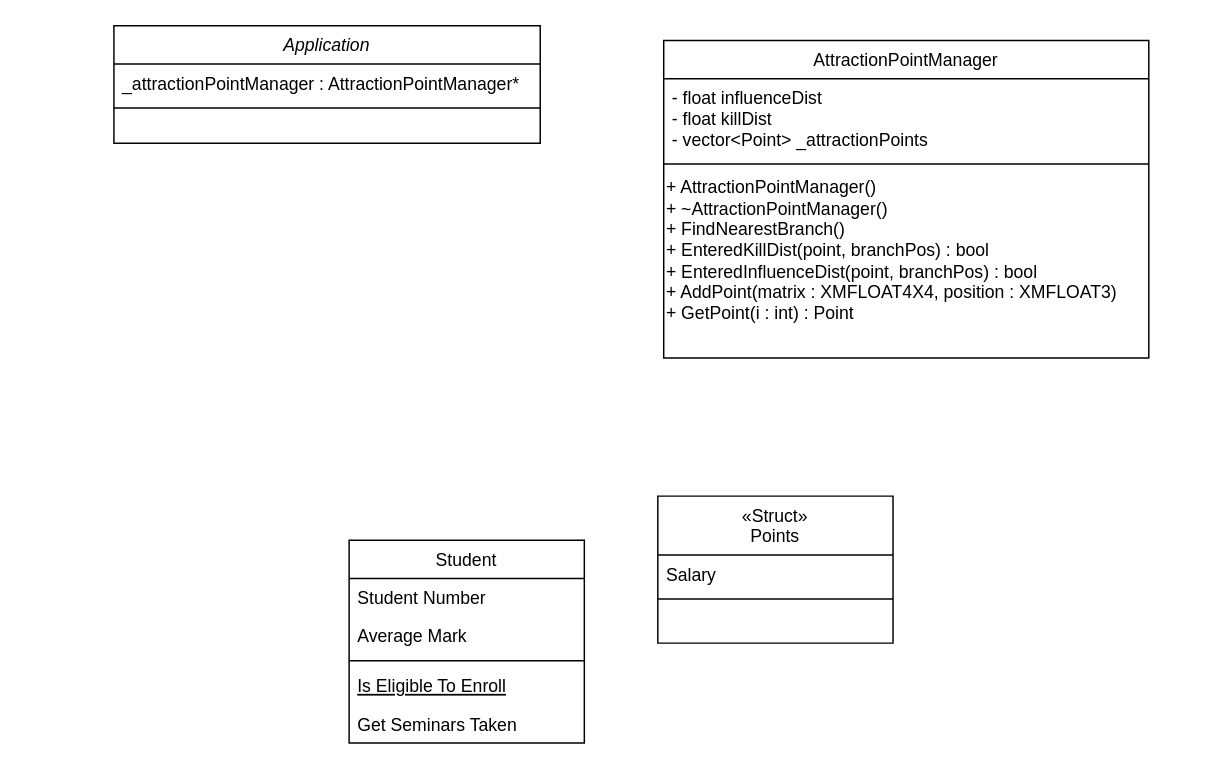
The draw.io diagram UML/UML.drawio in BonitaWoralert/unity-procedural-trees, before the edit. Source tidied: cells renumbered, new cells numbered last; positions are measured from the earlier drawing's top-left corner, leaving out a move shared by most shapes. Both pictures are drawn from the tidied source at 147%, with x=0, y=0 at pixel (113, 25).
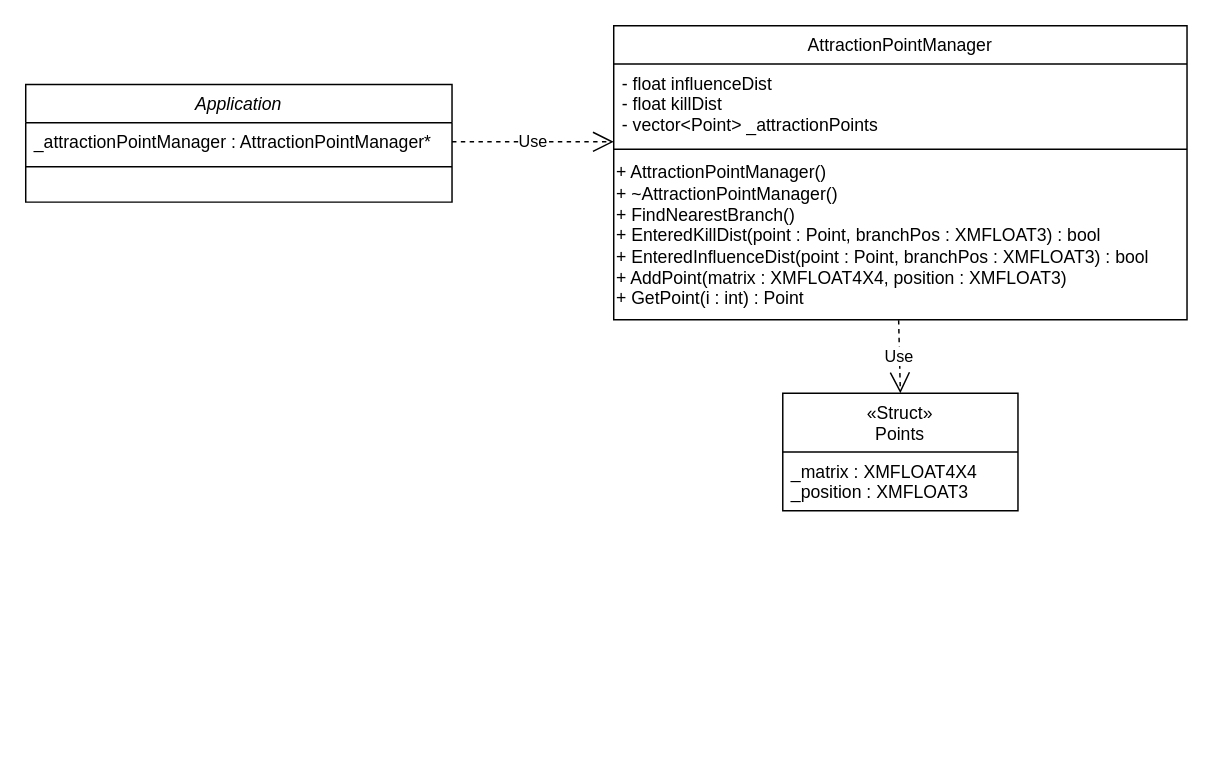
After the change.

Commit message:
added UML diagram

Change to the diagram source:
```diff
@@
 <mxGraphModel>
   <root>
     <mxCell id="0" />
     <mxCell id="1" parent="0" />
     <mxCell id="2" value="Application" style="swimlane;fontStyle=2;align=center;verticalAlign=top;horizontal=1;startSize=26;rounded=0;shadow=0;strokeWidth=1;" parent="1" vertex="1">
-      <mxGeometry width="290" height="80" as="geometry" />
+      <mxGeometry x="-60" y="40" width="290" height="80" as="geometry" />
     </mxCell>
     <mxCell id="3" value="_attractionPointManager : AttractionPointManager*" style="text;align=left;verticalAlign=top;spacingLeft=4;spacingRight=4;overflow=hidden;points=[[0,0.5],[1,0.5]];portConstraint=eastwest;" parent="2" vertex="1">
       <mxGeometry y="26" width="290" height="26" as="geometry" />
     </mxCell>
     <mxCell id="4" style="line;html=1;strokeWidth=1;align=left;verticalAlign=middle;spacingTop=-1;spacingLeft=3;spacingRight=3;labelPosition=right;" parent="2" vertex="1">
       <mxGeometry y="52" width="290" height="8" as="geometry" />
     </mxCell>
-    <mxCell id="5" value="Student" style="swimlane;fontStyle=0;align=center;verticalAlign=top;horizontal=1;startSize=26;rounded=0;shadow=0;strokeWidth=1;" parent="1" vertex="1">
-      <mxGeometry x="160" y="350" width="160" height="138" as="geometry" />
-    </mxCell>
-    <mxCell id="6" value="Student Number" style="text;align=left;verticalAlign=top;spacingLeft=4;spacingRight=4;overflow=hidden;" parent="5" vertex="1">
-      <mxGeometry y="26" width="160" height="26" as="geometry" />
-    </mxCell>
-    <mxCell id="7" value="Average Mark" style="text;align=left;verticalAlign=top;spacingLeft=4;spacingRight=4;overflow=hidden;rounded=0;shadow=0;html=0;" parent="5" vertex="1">
-      <mxGeometry y="52" width="160" height="26" as="geometry" />
-    </mxCell>
-    <mxCell id="8" style="line;html=1;strokeWidth=1;align=left;verticalAlign=middle;spacingTop=-1;spacingLeft=3;spacingRight=3;labelPosition=right;" parent="5" vertex="1">
-      <mxGeometry y="78" width="160" height="8" as="geometry" />
-    </mxCell>
-    <mxCell id="9" value="Is Eligible To Enroll" style="text;align=left;verticalAlign=top;spacingLeft=4;spacingRight=4;overflow=hidden;fontStyle=4;" parent="5" vertex="1">
-      <mxGeometry y="86" width="160" height="26" as="geometry" />
-    </mxCell>
-    <mxCell id="10" value="Get Seminars Taken" style="text;align=left;verticalAlign=top;spacingLeft=4;spacingRight=4;overflow=hidden;" parent="5" vertex="1">
-      <mxGeometry y="112" width="160" height="26" as="geometry" />
-    </mxCell>
     <mxCell id="11" value="«Struct»&#10;Points" style="swimlane;fontStyle=0;align=center;verticalAlign=top;horizontal=1;startSize=40;rounded=0;shadow=0;strokeWidth=1;" parent="1" vertex="1">
-      <mxGeometry x="370" y="320" width="160" height="100" as="geometry" />
+      <mxGeometry x="455" y="250" width="160" height="80" as="geometry" />
     </mxCell>
-    <mxCell id="12" value="Salary" style="text;align=left;verticalAlign=top;spacingLeft=4;spacingRight=4;overflow=hidden;" parent="11" vertex="1">
-      <mxGeometry y="40" width="160" height="26" as="geometry" />
+    <mxCell id="12" value="_matrix : XMFLOAT4X4&#10;_position : XMFLOAT3" style="text;align=left;verticalAlign=top;spacingLeft=4;spacingRight=4;overflow=hidden;" parent="11" vertex="1">
+      <mxGeometry y="40" width="160" height="40" as="geometry" />
     </mxCell>
-    <mxCell id="13" style="line;html=1;strokeWidth=1;align=left;verticalAlign=middle;spacingTop=-1;spacingLeft=3;spacingRight=3;labelPosition=right;" parent="11" vertex="1">
-      <mxGeometry y="66" width="160" height="8" as="geometry" />
-    </mxCell>
     <mxCell id="14" value="AttractionPointManager" style="swimlane;fontStyle=0;align=center;verticalAlign=top;horizontal=1;startSize=26;rounded=0;shadow=0;strokeWidth=1;" parent="1" vertex="1">
-      <mxGeometry x="374" y="10" width="330" height="216" as="geometry" />
+      <mxGeometry x="340" width="390" height="200" as="geometry" />
     </mxCell>
     <mxCell id="15" value="- float influenceDist&#10;- float killDist&#10;- vector&lt;Point&gt; _attractionPoints" style="text;align=left;verticalAlign=top;spacingLeft=4;spacingRight=4;overflow=hidden;points=[[0,0.5],[1,0.5]];portConstraint=eastwest;" parent="14" vertex="1">
-      <mxGeometry y="26" width="330" height="54" as="geometry" />
+      <mxGeometry y="26" width="390" height="54" as="geometry" />
     </mxCell>
     <mxCell id="16" style="line;html=1;strokeWidth=1;align=left;verticalAlign=middle;spacingTop=-1;spacingLeft=3;spacingRight=3;labelPosition=right;" parent="14" vertex="1">
-      <mxGeometry y="80" width="330" height="8" as="geometry" />
+      <mxGeometry y="80" width="390" height="8" as="geometry" />
     </mxCell>
-    <mxCell id="17" value="+ AttractionPointManager()&lt;br&gt;+ ~AttractionPointManager()&lt;br&gt;+ FindNearestBranch()&lt;br&gt;+ EnteredKillDist(point, branchPos) : bool&lt;br&gt;+ EnteredInfluenceDist(point, branchPos) : bool&lt;br&gt;+ AddPoint(matrix : XMFLOAT4X4, position : XMFLOAT3)&lt;br&gt;+ GetPoint(i : int) : Point" style="text;html=1;align=left;verticalAlign=middle;points=[];strokeColor=none;fillColor=none;" parent="14" vertex="1">
-      <mxGeometry y="88" width="330" height="110" as="geometry" />
+    <mxCell id="17" value="+ AttractionPointManager()&lt;br&gt;+ ~AttractionPointManager()&lt;br&gt;+ FindNearestBranch()&lt;br&gt;+ EnteredKillDist(point : Point, branchPos : XMFLOAT3) : bool&lt;br&gt;+ EnteredInfluenceDist(point : Point, branchPos : XMFLOAT3) : bool&lt;br&gt;+ AddPoint(matrix : XMFLOAT4X4, position : XMFLOAT3)&lt;br&gt;+ GetPoint(i : int) : Point" style="text;html=1;align=left;verticalAlign=middle;points=[];strokeColor=none;fillColor=none;" parent="14" vertex="1">
+      <mxGeometry y="88" width="390" height="110" as="geometry" />
     </mxCell>
+    <mxCell id="18" value="Use" style="endArrow=open;endSize=12;dashed=1;html=1;rounded=0;exitX=1;exitY=0.5;exitDx=0;exitDy=0;entryX=0;entryY=0.981;entryDx=0;entryDy=0;entryPerimeter=0;" parent="1" edge="1" source="3" target="15">
+      <mxGeometry relative="1" as="geometry" />
+    </mxCell>
+    <mxCell id="19" value="Use" style="endArrow=open;endSize=12;dashed=1;html=1;rounded=0;exitX=0.497;exitY=1.021;exitDx=0;exitDy=0;exitPerimeter=0;entryX=0.5;entryY=0;entryDx=0;entryDy=0;" parent="1" edge="1" source="17" target="11">
+      <mxGeometry relative="1" as="geometry" />
+    </mxCell>
   </root>
 </mxGraphModel>
```
